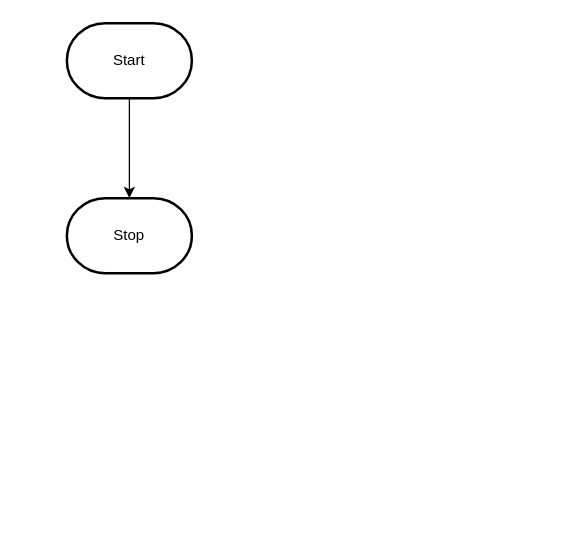
Before: design/flowchart.drawio in MTHS-ICD2O-1-2023/ICD2O-Unit-3-02-clara-tyman, a draw.io diagram. Source tidied: cells renumbered, new cells numbered last; positions are measured from the earlier drawing's top-left corner, leaving out a move shared by most shapes. Both pictures are drawn from the tidied source at 125%, with x=0, y=0 at pixel (66, 22).
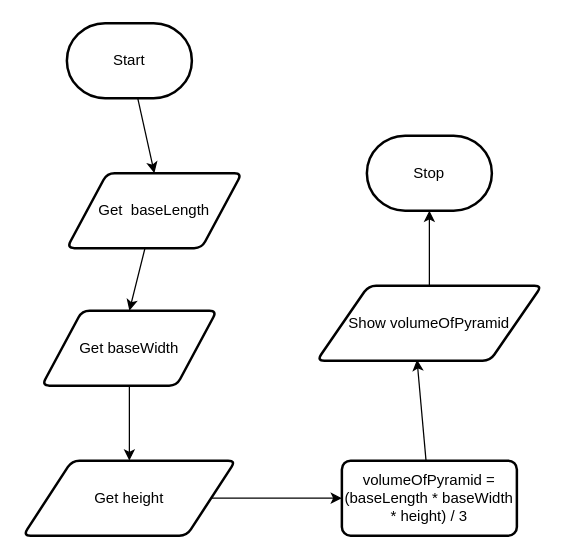
Above is the later version.

The edit, as a diff of the source:
```diff
@@
 <mxGraphModel>
   <root>
     <mxCell id="0" />
     <mxCell id="1" parent="0" />
-    <mxCell id="2" style="edgeStyle=orthogonalEdgeStyle;html=1;rounded=0;" parent="1" edge="1" source="3" target="4">
-      <mxGeometry relative="1" as="geometry" />
-    </mxCell>
+    <mxCell id="5" style="edgeStyle=none;html=1;entryX=0.5;entryY=0;entryDx=0;entryDy=0;" parent="1" edge="1" source="3" target="2">
+      <mxGeometry relative="1" as="geometry" />
+    </mxCell>
     <mxCell id="3" value="Start" style="strokeWidth=2;html=1;shape=mxgraph.flowchart.terminator;whiteSpace=wrap;" parent="1" vertex="1">
       <mxGeometry width="100" height="60" as="geometry" />
     </mxCell>
     <mxCell id="4" value="Stop" style="strokeWidth=2;html=1;shape=mxgraph.flowchart.terminator;whiteSpace=wrap;" parent="1" vertex="1">
-      <mxGeometry y="140" width="100" height="60" as="geometry" />
+      <mxGeometry x="240" y="90" width="100" height="60" as="geometry" />
     </mxCell>
+    <mxCell id="6" style="edgeStyle=none;html=1;entryX=0.5;entryY=0;entryDx=0;entryDy=0;" parent="1" edge="1" source="2" target="8">
+      <mxGeometry relative="1" as="geometry" />
+    </mxCell>
+    <mxCell id="2" value="Get&amp;nbsp; baseLength" style="shape=parallelogram;html=1;strokeWidth=2;perimeter=parallelogramPerimeter;whiteSpace=wrap;rounded=1;arcSize=12;size=0.23;" parent="1" vertex="1">
+      <mxGeometry y="120" width="140" height="60" as="geometry" />
+    </mxCell>
+    <mxCell id="7" style="edgeStyle=none;html=1;entryX=0.5;entryY=0;entryDx=0;entryDy=0;" parent="1" edge="1" source="8" target="10">
+      <mxGeometry relative="1" as="geometry" />
+    </mxCell>
+    <mxCell id="8" value="Get baseWidth" style="shape=parallelogram;html=1;strokeWidth=2;perimeter=parallelogramPerimeter;whiteSpace=wrap;rounded=1;arcSize=12;size=0.23;" parent="1" vertex="1">
+      <mxGeometry x="-20" y="230" width="140" height="60" as="geometry" />
+    </mxCell>
+    <mxCell id="9" style="edgeStyle=none;html=1;entryX=0;entryY=0.5;entryDx=0;entryDy=0;" parent="1" edge="1" source="10" target="12">
+      <mxGeometry relative="1" as="geometry" />
+    </mxCell>
+    <mxCell id="10" value="Get height" style="shape=parallelogram;html=1;strokeWidth=2;perimeter=parallelogramPerimeter;whiteSpace=wrap;rounded=1;arcSize=12;size=0.23;" parent="1" vertex="1">
+      <mxGeometry x="-35" y="350" width="170" height="60" as="geometry" />
+    </mxCell>
+    <mxCell id="11" style="edgeStyle=none;html=1;entryX=0.445;entryY=0.989;entryDx=0;entryDy=0;entryPerimeter=0;" parent="1" edge="1" source="12" target="14">
+      <mxGeometry relative="1" as="geometry" />
+    </mxCell>
+    <mxCell id="12" value="volumeOfPyramid = (baseLength * baseWidth * height) / 3" style="rounded=1;whiteSpace=wrap;html=1;absoluteArcSize=1;arcSize=14;strokeWidth=2;" parent="1" vertex="1">
+      <mxGeometry x="220" y="350" width="140" height="60" as="geometry" />
+    </mxCell>
+    <mxCell id="13" style="edgeStyle=none;html=1;" parent="1" edge="1" source="14" target="4">
+      <mxGeometry relative="1" as="geometry" />
+    </mxCell>
+    <mxCell id="14" value="Show volumeOfPyramid" style="shape=parallelogram;html=1;strokeWidth=2;perimeter=parallelogramPerimeter;whiteSpace=wrap;rounded=1;arcSize=12;size=0.23;" parent="1" vertex="1">
+      <mxGeometry x="200" y="210" width="180" height="60" as="geometry" />
+    </mxCell>
   </root>
 </mxGraphModel>
```
